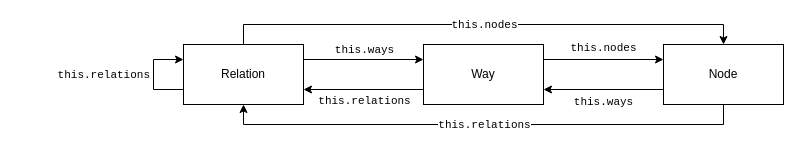
hauke96/simple-osm-queries keeps this draw.io diagram as this-node-way-relations.drawio. Above is the earlier version. Source tidied: cells renumbered, new cells numbered last; positions are measured from the earlier drawing's top-left corner, leaving out a move shared by most shapes. Both pictures are drawn from the tidied source at 100%, with x=0, y=0 at pixel (153, 44).
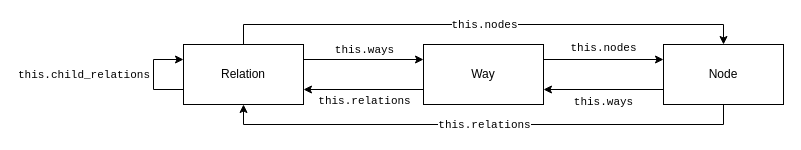
Above is the later version.

Commit message (it also covers changes not shown here):
Update diagrams of object relations

The change refers to these unchanged cells:
```xml
<mxCell id="17" style="edgeStyle=orthogonalEdgeStyle;rounded=0;orthogonalLoop=1;jettySize=auto;html=1;exitX=0;exitY=0.75;exitDx=0;exitDy=0;entryX=0;entryY=0.25;entryDx=0;entryDy=0;" parent="1" edge="1" source="6" target="6">
  <mxGeometry relative="1" as="geometry">
    <Array as="points">
      <mxPoint y="45" />
      <mxPoint y="15" />
    </Array>
  </mxGeometry>
</mxCell>
```

What changed in the source:
```diff
@@
-    <mxCell id="18" value="&lt;div align=&quot;right&quot;&gt;&lt;font face=&quot;Courier New&quot;&gt;this.relations&lt;/font&gt;&lt;/div&gt;" style="edgeLabel;html=1;align=right;verticalAlign=middle;spacing=5;" parent="17" vertex="1">
+    <mxCell id="18" value="&lt;div align=&quot;right&quot;&gt;&lt;font face=&quot;Courier New&quot;&gt;this.child_relations&lt;/font&gt;&lt;/div&gt;" style="edgeLabel;html=1;align=right;verticalAlign=middle;spacing=5;" parent="17" vertex="1">
       <mxGeometry x="0.01" relative="1" as="geometry" />
     </mxCell>
```
